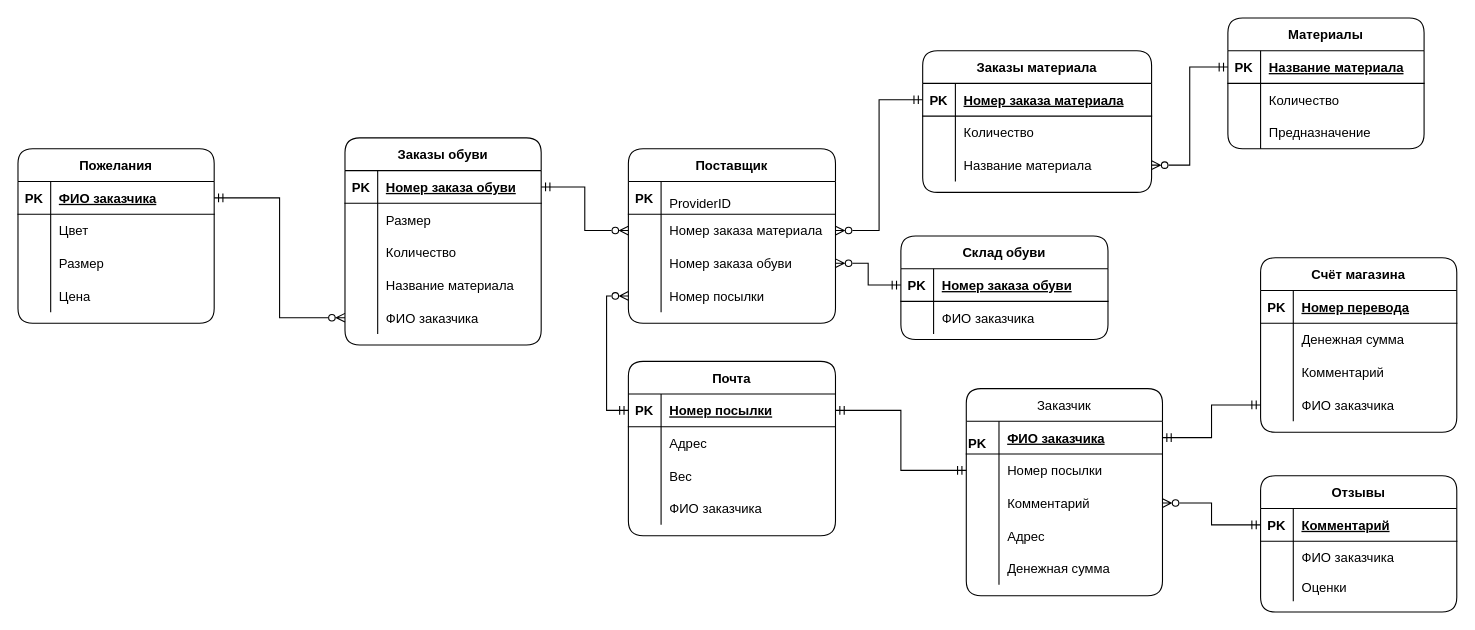
Earlier version of the draw.io diagram Er.drawio (MorozovStanislav/Repozitory). Source tidied: cells renumbered, new cells numbered last; positions are measured from the earlier drawing's top-left corner, leaving out a move shared by most shapes. Both pictures are drawn from the tidied source at 109%, with x=0, y=0 at pixel (17, 17).
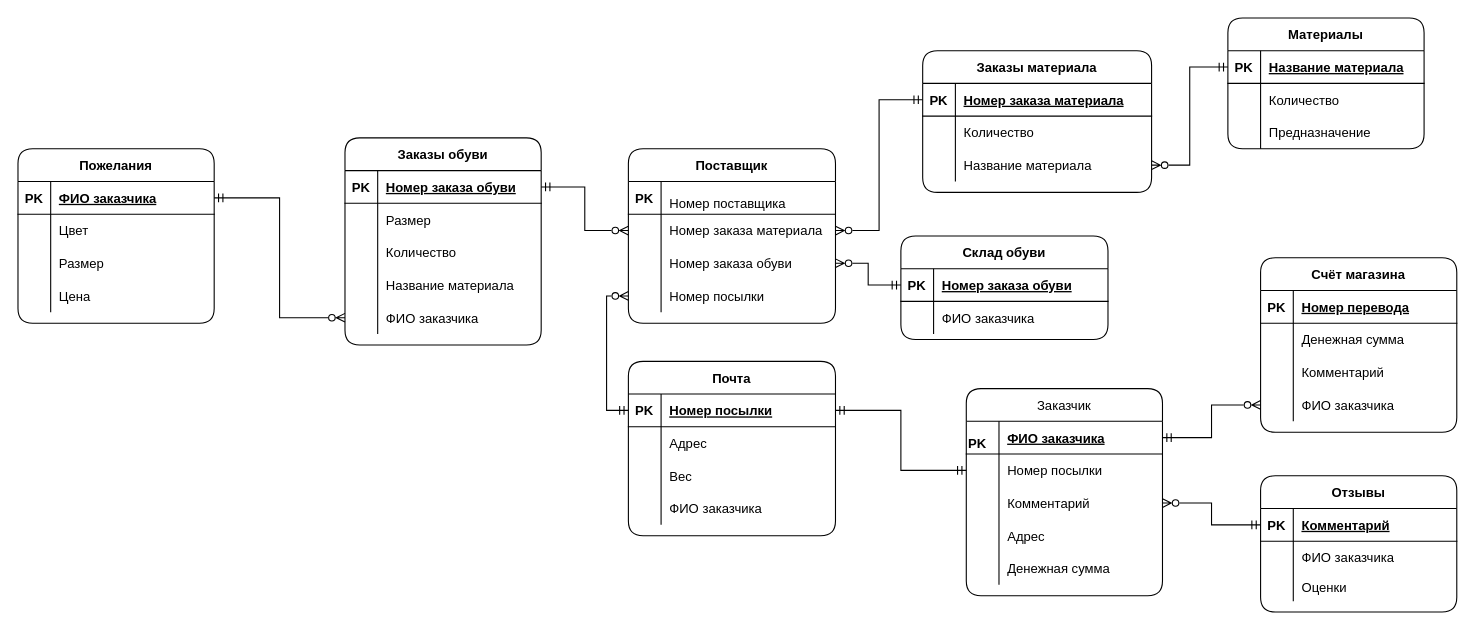
After the change.

Unchanged cells that the change refers to:
```xml
<mxCell id="74" style="shape=partialRectangle;fillColor=none;top=0;left=0;bottom=0;right=0;points=[[0,0.5],[1,0.5]];portConstraint=eastwest;" parent="64" vertex="1">
  <mxGeometry y="120" width="180" height="30" as="geometry" />
</mxCell>
<mxCell id="98" style="shape=partialRectangle;fillColor=none;top=0;left=0;bottom=1;right=0;rounded=1;sketch=0;" parent="97" vertex="1">
  <mxGeometry y="30" width="190" height="30" as="geometry" />
</mxCell>
<mxCell id="116" style="shape=partialRectangle;fillColor=none;top=0;left=0;bottom=1;right=0;points=[[0,0.5],[1,0.5]];portConstraint=eastwest;rounded=1;sketch=0;align=left;verticalAlign=bottom;" parent="115" vertex="1">
  <mxGeometry y="30" width="180" height="30" as="geometry" />
</mxCell>
```

Change to the diagram source:
```diff
@@
-    <mxCell id="100" value="ProviderID" style="shape=partialRectangle;fillColor=none;top=0;left=0;bottom=0;right=0;align=left;spacingLeft=6;fontStyle=0;overflow=hidden;rounded=1;sketch=0;verticalAlign=bottom;" parent="98" vertex="1">
+    <mxCell id="100" value="Номер поставщика" style="shape=partialRectangle;fillColor=none;top=0;left=0;bottom=0;right=0;align=left;spacingLeft=6;fontStyle=0;overflow=hidden;rounded=1;sketch=0;verticalAlign=bottom;" parent="98" vertex="1">
       <mxGeometry x="30" width="160" height="30" as="geometry" />
     </mxCell>
@@
-    <mxCell id="132" style="edgeStyle=orthogonalEdgeStyle;rounded=0;jettySize=auto;html=1;startArrow=ERmandOne;startFill=0;endArrow=ERmandOne;endFill=0;" parent="1" edge="1" source="116" target="74">
+    <mxCell id="132" style="edgeStyle=orthogonalEdgeStyle;rounded=0;jettySize=auto;html=1;startArrow=ERmandOne;startFill=0;endArrow=ERzeroToMany;endFill=0;" parent="1" edge="1" source="116" target="74">
       <mxGeometry relative="1" as="geometry" />
     </mxCell>
```
